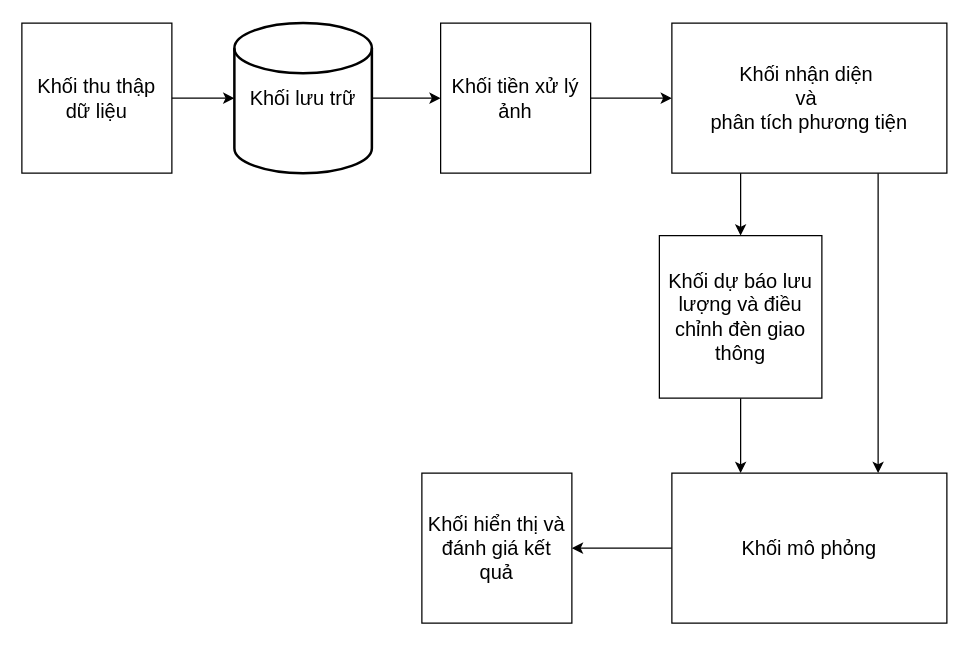
The draw.io diagram fig/drawio/system_block_diagram.drawio in Denzaro/DATN_Thesis, before the edit. Source tidied: cells renumbered, new cells numbered last; positions are measured from the earlier drawing's top-left corner, leaving out a move shared by most shapes. Both pictures are drawn from the tidied source at 125%, with x=0, y=0 at pixel (21, 22).
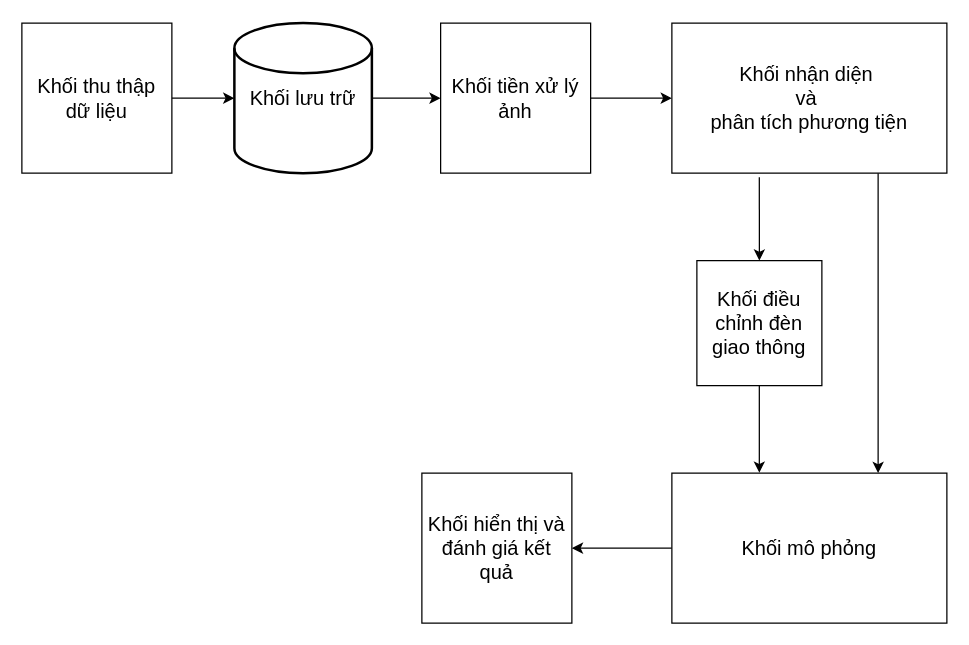
Above is the later version.

The edit, as a diff of the source:
```diff
@@
 <mxGraphModel>
   <root>
     <mxCell id="0" />
     <mxCell id="1" parent="0" />
     <mxCell id="2" value="Khối thu thập dữ liệu" style="whiteSpace=wrap;html=1;fontSize=16;" parent="1" vertex="1">
       <mxGeometry width="120" height="120" as="geometry" />
     </mxCell>
     <mxCell id="3" style="edgeStyle=orthogonalEdgeStyle;rounded=0;jettySize=auto;html=1;entryX=0;entryY=0.5;entryDx=0;entryDy=0;" parent="1" edge="1" source="4" target="14">
       <mxGeometry relative="1" as="geometry" />
     </mxCell>
     <mxCell id="4" value="Khối tiền xử lý ảnh" style="whiteSpace=wrap;html=1;fontSize=16;" parent="1" vertex="1">
       <mxGeometry x="335" width="120" height="120" as="geometry" />
     </mxCell>
-    <mxCell id="5" style="edgeStyle=orthogonalEdgeStyle;rounded=0;jettySize=auto;html=1;entryX=0.25;entryY=0;entryDx=0;entryDy=0;" parent="1" edge="1" source="6" target="11">
-      <mxGeometry relative="1" as="geometry" />
-    </mxCell>
-    <mxCell id="6" value="Khối dự báo lưu lượng và điều chỉnh đèn giao thông" style="whiteSpace=wrap;html=1;fontSize=16;" parent="1" vertex="1">
-      <mxGeometry x="510" y="170" width="130" height="130" as="geometry" />
+    <mxCell id="6" value="Khối điều chỉnh đèn giao thông" style="whiteSpace=wrap;html=1;fontSize=16;" parent="1" vertex="1">
+      <mxGeometry x="540" y="190" width="100" height="100" as="geometry" />
     </mxCell>
     <mxCell id="7" value="Khối hiển thị và đánh giá kết quả" style="whiteSpace=wrap;html=1;fontSize=16;" parent="1" vertex="1">
       <mxGeometry x="320" y="360" width="120" height="120" as="geometry" />
     </mxCell>
     <mxCell id="8" style="edgeStyle=orthogonalEdgeStyle;rounded=0;jettySize=auto;html=1;entryX=0;entryY=0.5;entryDx=0;entryDy=0;" parent="1" edge="1" source="9" target="4">
       <mxGeometry relative="1" as="geometry" />
     </mxCell>
     <mxCell id="9" value="Khối lưu trữ" style="strokeWidth=2;html=1;shape=mxgraph.flowchart.database;whiteSpace=wrap;fontSize=16;" parent="1" vertex="1">
       <mxGeometry x="170" width="110" height="120" as="geometry" />
     </mxCell>
     <mxCell id="10" style="edgeStyle=orthogonalEdgeStyle;rounded=0;jettySize=auto;html=1;entryX=1;entryY=0.5;entryDx=0;entryDy=0;" parent="1" edge="1" source="11" target="7">
       <mxGeometry relative="1" as="geometry" />
     </mxCell>
     <mxCell id="11" value="Khối mô phỏng" style="rounded=0;whiteSpace=wrap;html=1;fontSize=16;" parent="1" vertex="1">
       <mxGeometry x="520" y="360" width="220" height="120" as="geometry" />
     </mxCell>
     <mxCell id="12" style="edgeStyle=orthogonalEdgeStyle;rounded=0;jettySize=auto;html=1;entryX=0;entryY=0.5;entryDx=0;entryDy=0;entryPerimeter=0;" parent="1" edge="1" source="2" target="9">
       <mxGeometry relative="1" as="geometry" />
     </mxCell>
     <mxCell id="13" style="edgeStyle=orthogonalEdgeStyle;rounded=0;jettySize=auto;html=1;exitX=0.75;exitY=1;exitDx=0;exitDy=0;entryX=0.75;entryY=0;entryDx=0;entryDy=0;" parent="1" edge="1" source="14" target="11">
       <mxGeometry relative="1" as="geometry" />
     </mxCell>
     <mxCell id="14" value="Khối nhận diện&amp;nbsp;&lt;div&gt;và&amp;nbsp;&lt;/div&gt;&lt;div&gt;phân tích phương tiện&lt;/div&gt;" style="rounded=0;whiteSpace=wrap;html=1;fontSize=16;" parent="1" vertex="1">
       <mxGeometry x="520" width="220" height="120" as="geometry" />
     </mxCell>
-    <mxCell id="15" style="endArrow=classic;html=1;rounded=0;exitX=0.25;exitY=1;exitDx=0;exitDy=0;entryX=0.5;entryY=0;entryDx=0;entryDy=0;" parent="1" edge="1" source="14" target="6">
+    <mxCell id="15" style="edgeStyle=orthogonalEdgeStyle;rounded=0;jettySize=auto;html=1;exitX=0.318;exitY=1.027;exitDx=0;exitDy=0;entryX=0.5;entryY=0;entryDx=0;entryDy=0;exitPerimeter=0;" parent="1" edge="1" source="14" target="6">
       <mxGeometry relative="1" as="geometry" />
     </mxCell>
+    <mxCell id="5" style="edgeStyle=orthogonalEdgeStyle;rounded=0;jettySize=auto;html=1;entryX=0.318;entryY=-0.003;entryDx=0;entryDy=0;entryPerimeter=0;" parent="1" edge="1" source="6" target="11">
+      <mxGeometry relative="1" as="geometry" />
+    </mxCell>
   </root>
 </mxGraphModel>
```
